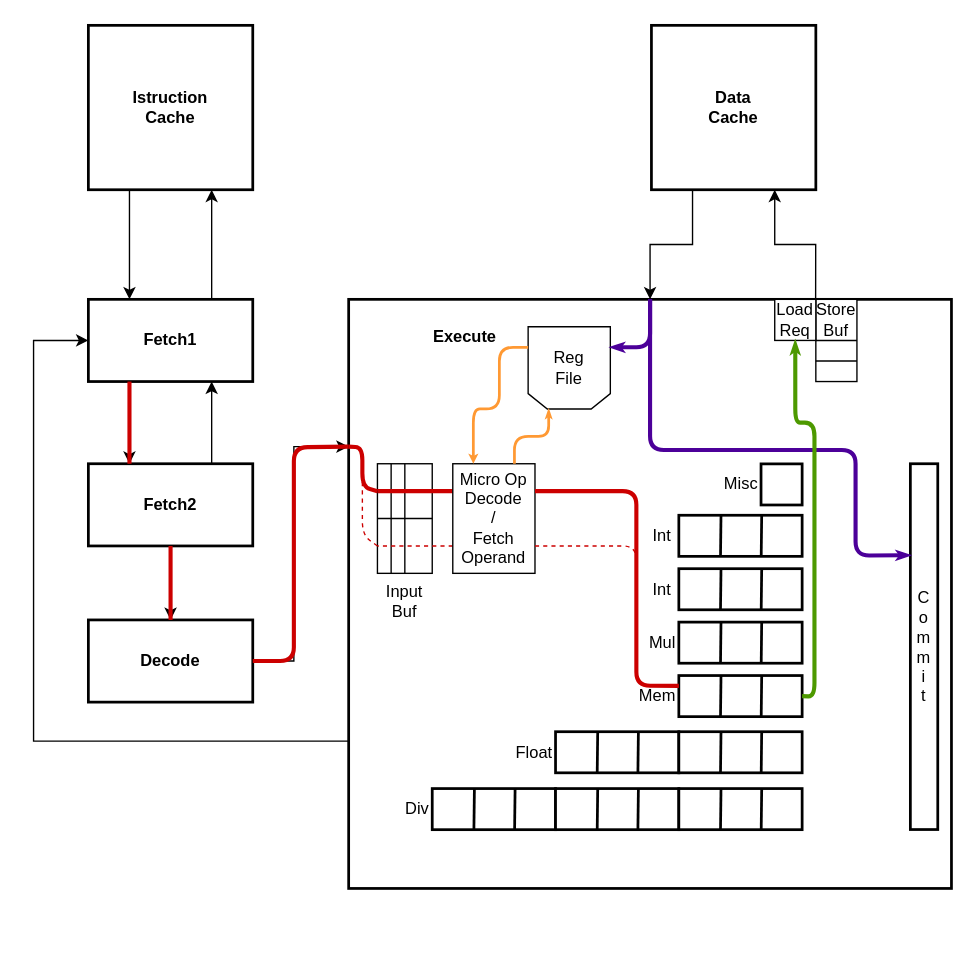
The draw.io diagram Diagrammi/MinorArmLoadOp.drawio in The90Frank/MinorArmAnalyzer, before the edit. Source tidied: cells renumbered, new cells numbered last; positions are measured from the earlier drawing's top-left corner, leaving out a move shared by most shapes. Both pictures are drawn from the tidied source at 137%, with x=0, y=0 at pixel (33, 25).
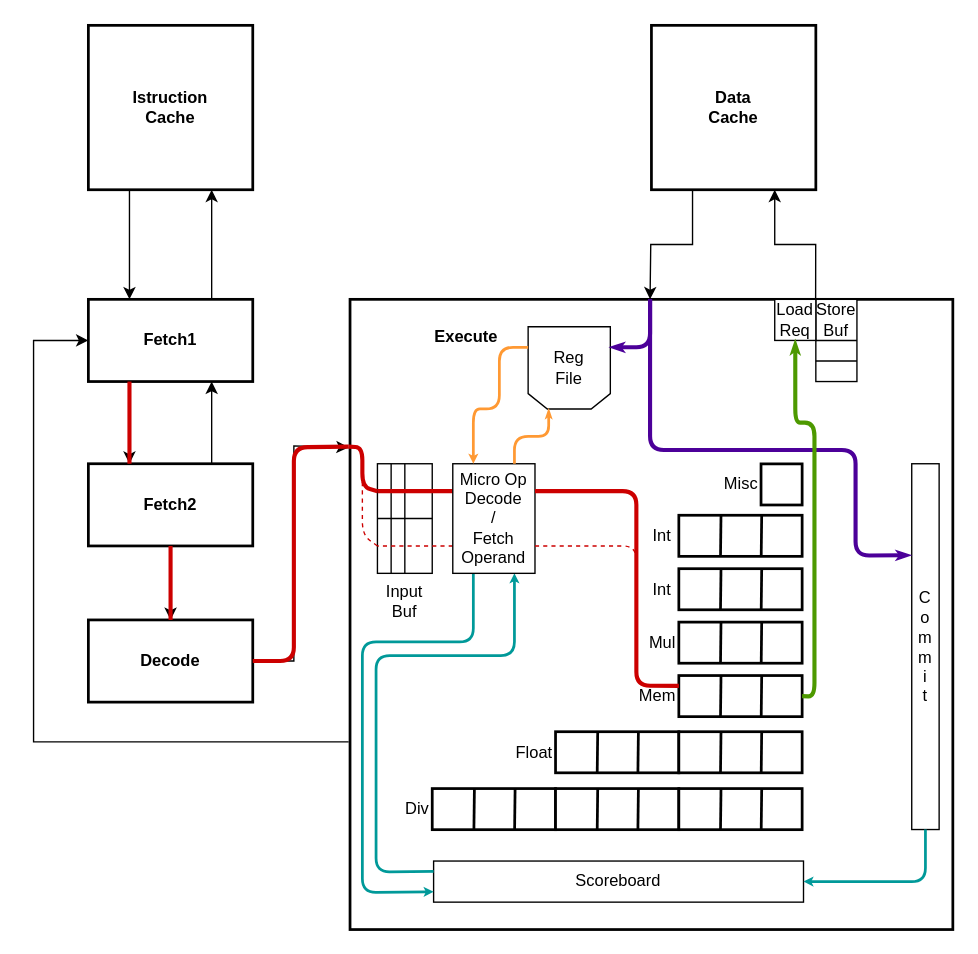
The same page after the edit.

Unchanged cells that the change refers to:
```xml
<mxCell id="6" value="Fetch1" style="rounded=0;whiteSpace=wrap;html=1;fontStyle=1;strokeWidth=2;" parent="1" vertex="1">
  <mxGeometry x="40" y="200" width="120" height="60" as="geometry" />
</mxCell>
<mxCell id="11" value="&lt;span&gt;Decode&lt;/span&gt;" style="rounded=0;whiteSpace=wrap;html=1;fontStyle=1;strokeWidth=2;" parent="1" vertex="1">
  <mxGeometry x="40" y="434" width="120" height="60" as="geometry" />
</mxCell>
<mxCell id="16" value="Data&lt;br&gt;Cache" style="rounded=0;whiteSpace=wrap;html=1;fontStyle=1;strokeWidth=2;" parent="1" vertex="1">
  <mxGeometry x="451" width="120" height="120" as="geometry" />
</mxCell>
<mxCell id="47" value="Input Buf" style="rounded=0;whiteSpace=wrap;html=1;align=center;labelPosition=center;verticalLabelPosition=bottom;verticalAlign=top;" parent="1" vertex="1">
  <mxGeometry x="251" y="320" width="40" height="80" as="geometry" />
</mxCell>
<mxCell id="50" style="shape=loopLimit;whiteSpace=wrap;html=1;align=left;rotation=180;size=14;" parent="1" vertex="1">
  <mxGeometry x="361" y="220" width="60" height="60" as="geometry" />
</mxCell>
```

Change to the diagram source:
```diff
@@
+    <mxCell id="14" value="&amp;nbsp; &amp;nbsp; &amp;nbsp; &amp;nbsp; &amp;nbsp; &lt;br&gt;&amp;nbsp; &amp;nbsp; &amp;nbsp; &amp;nbsp; &amp;nbsp; &amp;nbsp; &amp;nbsp; &amp;nbsp; &amp;nbsp; &lt;b&gt;Execute&lt;/b&gt;" style="rounded=0;whiteSpace=wrap;html=1;verticalAlign=top;labelPosition=center;verticalLabelPosition=middle;align=left;strokeWidth=2;" parent="1" vertex="1">
+      <mxGeometry x="231" y="200" width="440" height="460" as="geometry" />
+    </mxCell>
+    <mxCell id="52" value="C&lt;br&gt;o&lt;br&gt;m&lt;br&gt;m&lt;br&gt;i&lt;br&gt;t" style="rounded=0;whiteSpace=wrap;html=1;align=center;strokeWidth=1;" parent="1" vertex="1">
+      <mxGeometry x="641" y="320" width="20" height="267" as="geometry" />
+    </mxCell>
+    <mxCell id="72" value="Scoreboard" style="rounded=0;whiteSpace=wrap;html=1;strokeWidth=1;" parent="1" vertex="1">
+      <mxGeometry x="292" y="610" width="270" height="30" as="geometry" />
+    </mxCell>
+    <mxCell id="73" style="endArrow=classic;html=1;strokeColor=#009999;entryX=0;entryY=0.75;entryDx=0;entryDy=0;exitX=0.25;exitY=1;exitDx=0;exitDy=0;strokeWidth=2;startSize=3;endSize=1;" parent="1" edge="1" target="72">
+      <mxGeometry relative="1" as="geometry">
+        <mxPoint x="321" y="400" as="sourcePoint" />
+        <Array as="points">
+          <mxPoint x="321" y="450" />
+          <mxPoint x="240" y="450" />
+          <mxPoint x="240" y="633" />
+        </Array>
+      </mxGeometry>
+    </mxCell>
+    <mxCell id="74" style="endArrow=classic;html=1;strokeColor=#009999;entryX=0.75;entryY=1;entryDx=0;entryDy=0;exitX=0;exitY=0.25;exitDx=0;exitDy=0;strokeWidth=2;startSize=3;endSize=1;" parent="1" edge="1" source="72">
+      <mxGeometry relative="1" as="geometry">
+        <mxPoint x="351" y="400" as="targetPoint" />
+        <Array as="points">
+          <mxPoint x="250" y="618" />
+          <mxPoint x="250" y="460" />
+          <mxPoint x="351" y="460" />
+        </Array>
+      </mxGeometry>
+    </mxCell>
+    <mxCell id="75" style="endArrow=classic;html=1;strokeColor=#009999;entryX=1;entryY=0.5;entryDx=0;entryDy=0;exitX=0.5;exitY=1;exitDx=0;exitDy=0;strokeWidth=2;startSize=3;endSize=1;" parent="1" edge="1" source="52" target="72">
+      <mxGeometry relative="1" as="geometry">
+        <Array as="points">
+          <mxPoint x="651" y="625" />
+        </Array>
+      </mxGeometry>
+    </mxCell>
@@
-    <mxCell id="10" style="edgeStyle=orthogonalEdgeStyle;rounded=0;jettySize=auto;html=1;exitX=1;exitY=0.5;exitDx=0;exitDy=0;entryX=0;entryY=0.25;entryDx=0;entryDy=0;" parent="1" edge="1" source="11" target="14">
+    <mxCell id="10" style="edgeStyle=orthogonalEdgeStyle;rounded=0;jettySize=auto;html=1;exitX=1;exitY=0.5;exitDx=0;exitDy=0;entryX=0;entryY=0.25;entryDx=0;entryDy=0;" parent="1" edge="1" source="11">
       <mxGeometry relative="1" as="geometry">
+        <mxPoint x="230" y="308" as="targetPoint" />
         <Array as="points">
           <mxPoint x="190" y="464" />
           <mxPoint x="190" y="307" />
         </Array>
       </mxGeometry>
     </mxCell>
@@
-    <mxCell id="13" style="edgeStyle=orthogonalEdgeStyle;rounded=0;jettySize=auto;html=1;entryX=0;entryY=0.5;entryDx=0;entryDy=0;exitX=0;exitY=0.75;exitDx=0;exitDy=0;" parent="1" edge="1" source="14" target="6">
+    <mxCell id="13" style="edgeStyle=orthogonalEdgeStyle;rounded=0;jettySize=auto;html=1;entryX=0;entryY=0.5;entryDx=0;entryDy=0;exitX=0;exitY=0.75;exitDx=0;exitDy=0;" parent="1" edge="1" target="6">
       <mxGeometry relative="1" as="geometry">
+        <mxPoint x="230" y="523" as="sourcePoint" />
         <Array as="points">
           <mxPoint y="523" />
           <mxPoint y="230" />
         </Array>
       </mxGeometry>
     </mxCell>
-    <mxCell id="14" value="&amp;nbsp; &amp;nbsp; &amp;nbsp; &amp;nbsp; &amp;nbsp; &lt;br&gt;&amp;nbsp; &amp;nbsp; &amp;nbsp; &amp;nbsp; &amp;nbsp; &amp;nbsp; &amp;nbsp; &amp;nbsp; &amp;nbsp; &lt;b&gt;Execute&lt;/b&gt;" style="rounded=0;whiteSpace=wrap;html=1;verticalAlign=top;labelPosition=center;verticalLabelPosition=middle;align=left;strokeWidth=2;" parent="1" vertex="1">
-      <mxGeometry x="230" y="200" width="440" height="430" as="geometry" />
-    </mxCell>
-    <mxCell id="15" style="edgeStyle=orthogonalEdgeStyle;rounded=0;jettySize=auto;html=1;exitX=0.25;exitY=1;exitDx=0;exitDy=0;entryX=0.5;entryY=0;entryDx=0;entryDy=0;" parent="1" edge="1" source="16" target="14">
-      <mxGeometry relative="1" as="geometry" />
+    <mxCell id="15" style="edgeStyle=orthogonalEdgeStyle;rounded=0;jettySize=auto;html=1;exitX=0.25;exitY=1;exitDx=0;exitDy=0;entryX=0.5;entryY=0;entryDx=0;entryDy=0;" parent="1" edge="1" source="16">
+      <mxGeometry relative="1" as="geometry">
+        <mxPoint x="450" y="200" as="targetPoint" />
+      </mxGeometry>
     </mxCell>
@@
-    <mxCell id="52" value="C&lt;br&gt;o&lt;br&gt;m&lt;br&gt;m&lt;br&gt;i&lt;br&gt;t" style="rounded=0;whiteSpace=wrap;html=1;align=center;strokeWidth=2;" parent="1" vertex="1">
-      <mxGeometry x="640" y="320" width="20" height="267" as="geometry" />
-    </mxCell>
@@
-    <mxCell id="55" style="endArrow=none;html=1;strokeColor=#CC0000;strokeWidth=3;entryX=1;entryY=0.5;entryDx=0;entryDy=0;exitX=0;exitY=0.25;exitDx=0;exitDy=0;" parent="1" edge="1" source="14" target="11">
+    <mxCell id="55" style="endArrow=none;html=1;strokeColor=#CC0000;strokeWidth=3;entryX=1;entryY=0.5;entryDx=0;entryDy=0;exitX=0;exitY=0.25;exitDx=0;exitDy=0;" parent="1" edge="1" target="11">
       <mxGeometry relative="1" as="geometry">
+        <mxPoint x="230" y="307.5" as="sourcePoint" />
         <Array as="points">
           <mxPoint x="190" y="308" />
           <mxPoint x="190" y="464" />
         </Array>
       </mxGeometry>
     </mxCell>
-    <mxCell id="56" style="endArrow=none;html=1;strokeColor=#CC0000;strokeWidth=3;entryX=0;entryY=0.25;entryDx=0;entryDy=0;exitX=0;exitY=0.25;exitDx=0;exitDy=0;" parent="1" edge="1" source="47" target="14">
+    <mxCell id="56" style="endArrow=none;html=1;strokeColor=#CC0000;strokeWidth=3;entryX=0;entryY=0.25;entryDx=0;entryDy=0;exitX=0;exitY=0.25;exitDx=0;exitDy=0;" parent="1" edge="1" source="47">
       <mxGeometry relative="1" as="geometry">
+        <mxPoint x="230" y="307.5" as="targetPoint" />
         <Array as="points">
           <mxPoint x="240" y="337" />
           <mxPoint x="240" y="308" />
         </Array>
       </mxGeometry>
     </mxCell>
@@
-    <mxCell id="69" style="endArrow=classicThin;html=1;strokeColor=#4C0099;strokeWidth=3;endSize=1;startSize=1;endFill=1;entryX=0;entryY=0.75;entryDx=0;entryDy=0;exitX=0.5;exitY=0;exitDx=0;exitDy=0;" parent="1" edge="1" source="14" target="50">
+    <mxCell id="69" style="endArrow=classicThin;html=1;strokeColor=#4C0099;strokeWidth=3;endSize=1;startSize=1;endFill=1;entryX=0;entryY=0.75;entryDx=0;entryDy=0;exitX=0.5;exitY=0;exitDx=0;exitDy=0;" parent="1" edge="1" target="50">
       <mxGeometry relative="1" as="geometry">
+        <mxPoint x="450" y="200" as="sourcePoint" />
         <Array as="points">
           <mxPoint x="450" y="235" />
         </Array>
       </mxGeometry>
     </mxCell>
-    <mxCell id="70" style="endArrow=classicThin;html=1;strokeColor=#4C0099;strokeWidth=3;endSize=1;startSize=1;endFill=1;entryX=0;entryY=0.25;entryDx=0;entryDy=0;" parent="1" edge="1" target="52">
+    <mxCell id="70" style="endArrow=classicThin;html=1;strokeColor=#4C0099;strokeWidth=3;endSize=1;startSize=1;endFill=1;entryX=0;entryY=0.25;entryDx=0;entryDy=0;" parent="1" edge="1">
       <mxGeometry relative="1" as="geometry">
         <mxPoint x="450" y="200" as="sourcePoint" />
+        <mxPoint x="640" y="386.8" as="targetPoint" />
         <Array as="points">
           <mxPoint x="450" y="310" />
           <mxPoint x="600" y="310" />
           <mxPoint x="600" y="387" />
         </Array>
       </mxGeometry>
     </mxCell>
```
